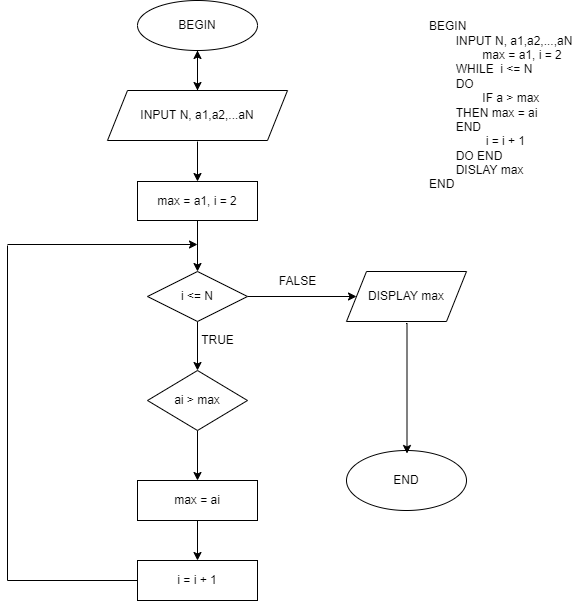
Before: module_1/ss3_pseudo_code_flowchart/bai_tap/tim_so_lon_nhat_trong_day.png, a diagram exported from draw.io (Camvan955/C0722G1_NguyenThiCamVan_module1). Source tidied: cells renumbered, new cells last; positions are measured from the earlier drawing's top-left corner, leaving out a move shared by most shapes.
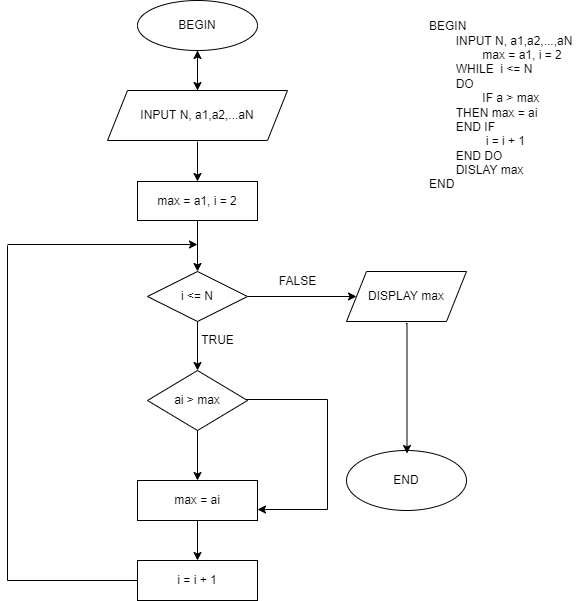
The same file after the commit.

Change to the diagram source:
```diff
@@ -25,6 +25,16 @@
         <mxPoint x="190" y="480" as="targetPoint" />
       </mxGeometry>
     </mxCell>
+    <mxCell id="26" style="edgeStyle=orthogonalEdgeStyle;rounded=0;orthogonalLoop=1;jettySize=auto;html=1;" parent="1" edge="1">
+      <mxGeometry relative="1" as="geometry">
+        <mxPoint x="223.3" y="399" as="sourcePoint" />
+        <mxPoint x="250" y="509" as="targetPoint" />
+        <Array as="points">
+          <mxPoint x="320" y="399" />
+          <mxPoint x="320" y="509" />
+        </Array>
+      </mxGeometry>
+    </mxCell>
     <mxCell id="8" value="ai &amp;gt; max" style="rhombus;whiteSpace=wrap;html=1;" parent="1" vertex="1">
       <mxGeometry x="140" y="370" width="100" height="60" as="geometry" />
     </mxCell>
@@ -94,7 +104,7 @@
     <mxCell id="24" value="TRUE" style="text;html=1;align=center;verticalAlign=middle;strokeColor=none;fillColor=none;" parent="1" vertex="1">
       <mxGeometry x="185" y="330" width="50" height="20" as="geometry" />
     </mxCell>
-    <mxCell id="25" value="BEGIN&lt;br&gt;&lt;span style=&quot;&quot;&gt;&#9;&lt;span style=&quot;&quot;&gt;&#9;&lt;/span&gt;&lt;/span&gt;&lt;span style=&quot;white-space: pre;&quot;&gt;&#9;&lt;/span&gt;INPUT N, a1,a2,...,aN&lt;br&gt;&lt;span style=&quot;&quot;&gt;&#9;&lt;span style=&quot;&quot;&gt;&#9;&lt;/span&gt;&lt;/span&gt;&lt;span style=&quot;white-space: pre;&quot;&gt;&#9;&lt;/span&gt;&lt;span style=&quot;white-space: pre;&quot;&gt;&#9;&lt;/span&gt;max = a1, i = 2&lt;br&gt;&lt;span style=&quot;&quot;&gt;&#9;&lt;/span&gt;&lt;span style=&quot;white-space: pre;&quot;&gt;&#9;&lt;/span&gt;WHILE&amp;nbsp;&amp;nbsp;i &amp;lt;= N&amp;nbsp;&lt;br&gt;&lt;span style=&quot;&quot;&gt;&#9;&lt;/span&gt;&lt;span style=&quot;white-space: pre;&quot;&gt;&#9;&lt;/span&gt;DO&lt;br&gt;&lt;span style=&quot;&quot;&gt;&#9;&lt;/span&gt;&lt;span style=&quot;&quot;&gt;&#9;&lt;/span&gt;&lt;span style=&quot;white-space: pre;&quot;&gt;&#9;&lt;/span&gt;&lt;span style=&quot;white-space: pre;&quot;&gt;&#9;&lt;/span&gt;IF a &amp;gt; max&lt;br&gt;&lt;span style=&quot;&quot;&gt;&#9;&lt;/span&gt;&lt;span style=&quot;&quot;&gt;&#9;&lt;/span&gt;&lt;span style=&quot;&quot;&gt;&#9;&lt;/span&gt;&lt;span style=&quot;white-space: pre;&quot;&gt;&#9;&lt;/span&gt;THEN max = ai&lt;br&gt;&lt;span style=&quot;&quot;&gt;&#9;&lt;span style=&quot;&quot;&gt;&#9;&lt;/span&gt;&lt;/span&gt;&lt;span style=&quot;white-space: pre;&quot;&gt;&#9;&lt;/span&gt;END&amp;nbsp;&lt;br&gt;&lt;span style=&quot;&quot;&gt;&#9;&lt;/span&gt;&lt;span style=&quot;&quot;&gt;&#9;&lt;/span&gt;&amp;nbsp; &lt;span style=&quot;white-space: pre;&quot;&gt;&#9;&lt;/span&gt;&lt;span style=&quot;white-space: pre;&quot;&gt;&#9;&lt;/span&gt;&amp;nbsp;i = i + 1&lt;br&gt;&lt;span style=&quot;&quot;&gt;&#9;&lt;span style=&quot;white-space: pre;&quot;&gt;&#9;&lt;/span&gt;D&lt;/span&gt;O END&lt;br&gt;&lt;span style=&quot;white-space: pre;&quot;&gt;&#9;&lt;/span&gt;DISLAY max&lt;br&gt;END" style="text;html=1;align=left;verticalAlign=middle;strokeColor=none;fillColor=none;" parent="1" vertex="1">
+    <mxCell id="25" value="BEGIN&lt;br&gt;&lt;span style=&quot;&quot;&gt;&#9;&lt;span style=&quot;&quot;&gt;&#9;&lt;/span&gt;&lt;/span&gt;&lt;span style=&quot;white-space: pre;&quot;&gt;&#9;&lt;/span&gt;INPUT N, a1,a2,...,aN&lt;br&gt;&lt;span style=&quot;&quot;&gt;&#9;&lt;span style=&quot;&quot;&gt;&#9;&lt;/span&gt;&lt;/span&gt;&lt;span style=&quot;white-space: pre;&quot;&gt;&#9;&lt;/span&gt;&lt;span style=&quot;white-space: pre;&quot;&gt;&#9;&lt;/span&gt;max = a1, i = 2&lt;br&gt;&lt;span style=&quot;&quot;&gt;&#9;&lt;/span&gt;&lt;span style=&quot;white-space: pre;&quot;&gt;&#9;&lt;/span&gt;WHILE&amp;nbsp;&amp;nbsp;i &amp;lt;= N&amp;nbsp;&lt;br&gt;&lt;span style=&quot;&quot;&gt;&#9;&lt;/span&gt;&lt;span style=&quot;white-space: pre;&quot;&gt;&#9;&lt;/span&gt;DO&lt;br&gt;&lt;span style=&quot;&quot;&gt;&#9;&lt;/span&gt;&lt;span style=&quot;&quot;&gt;&#9;&lt;/span&gt;&lt;span style=&quot;white-space: pre;&quot;&gt;&#9;&lt;/span&gt;&lt;span style=&quot;white-space: pre;&quot;&gt;&#9;&lt;/span&gt;IF a &amp;gt; max&lt;br&gt;&lt;span style=&quot;&quot;&gt;&#9;&lt;/span&gt;&lt;span style=&quot;&quot;&gt;&#9;&lt;/span&gt;&lt;span style=&quot;&quot;&gt;&#9;&lt;/span&gt;&lt;span style=&quot;white-space: pre;&quot;&gt;&#9;&lt;/span&gt;THEN max = ai&lt;br&gt;&lt;span style=&quot;&quot;&gt;&#9;&lt;span style=&quot;&quot;&gt;&#9;&lt;/span&gt;&lt;/span&gt;&lt;span style=&quot;white-space: pre;&quot;&gt;&#9;&lt;/span&gt;END IF&lt;br&gt;&lt;span style=&quot;&quot;&gt;&#9;&lt;/span&gt;&lt;span style=&quot;&quot;&gt;&#9;&lt;/span&gt;&amp;nbsp; &lt;span style=&quot;white-space: pre;&quot;&gt;&#9;&lt;/span&gt;&lt;span style=&quot;white-space: pre;&quot;&gt;&#9;&lt;/span&gt;&amp;nbsp;i = i + 1&lt;br&gt;&lt;span style=&quot;white-space: pre;&quot;&gt;&#9;&lt;/span&gt;END DO&lt;br&gt;&lt;span style=&quot;white-space: pre;&quot;&gt;&#9;&lt;/span&gt;DISLAY max&lt;br&gt;END" style="text;html=1;align=left;verticalAlign=middle;strokeColor=none;fillColor=none;" parent="1" vertex="1">
       <mxGeometry x="420" y="20" width="160" height="170" as="geometry" />
     </mxCell>
   </root>
```
